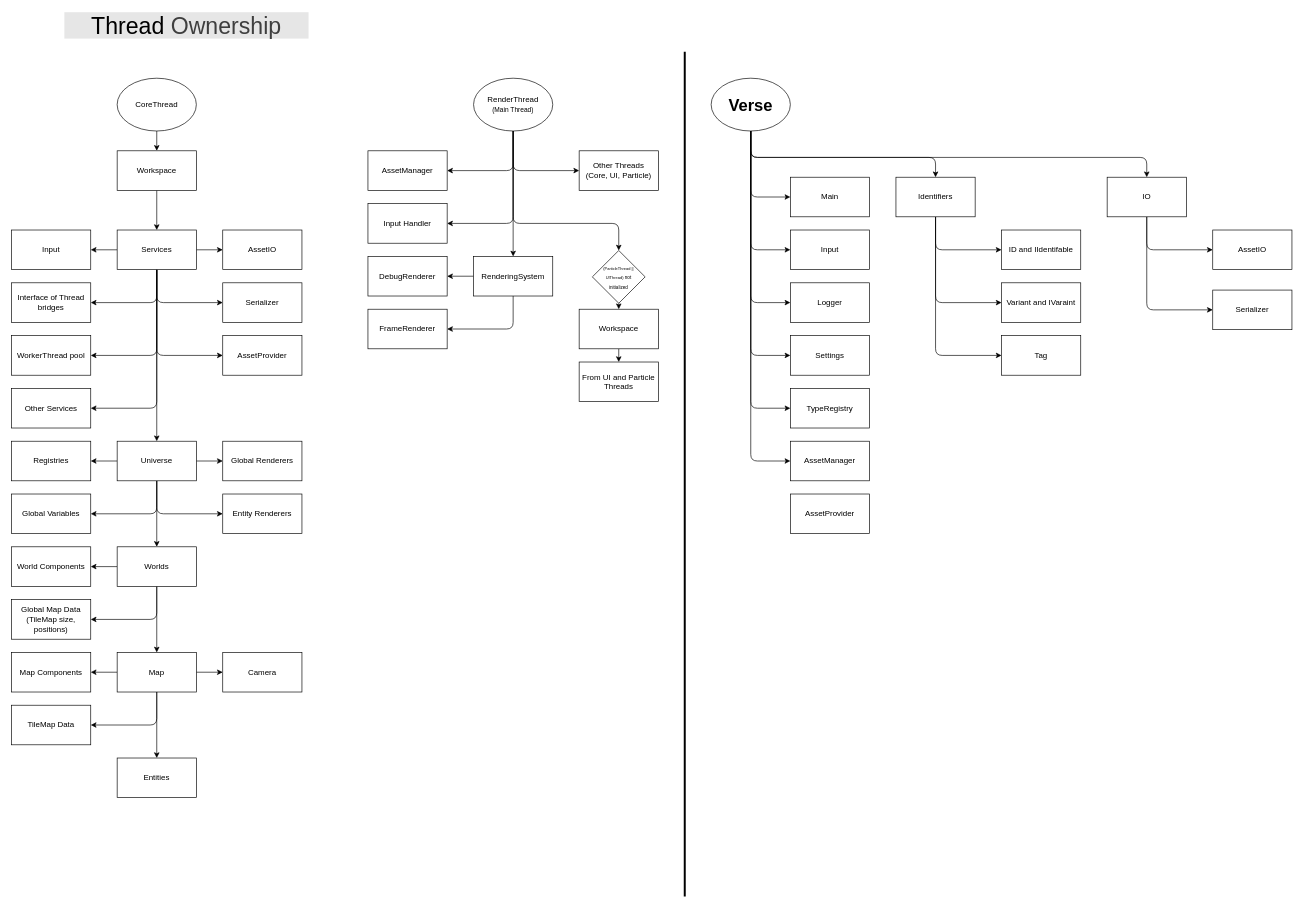
mardanPolis/Luminix keeps this draw.io diagram as docs/SystemDocs/EngineArchitecture.drawio. Above is the earlier version. Source tidied: cells renumbered, new cells numbered last; positions are measured from the earlier drawing's top-left corner, leaving out a move shared by most shapes. Both pictures are drawn from the tidied source at 66%, with x=0, y=0 at pixel (11, 12).
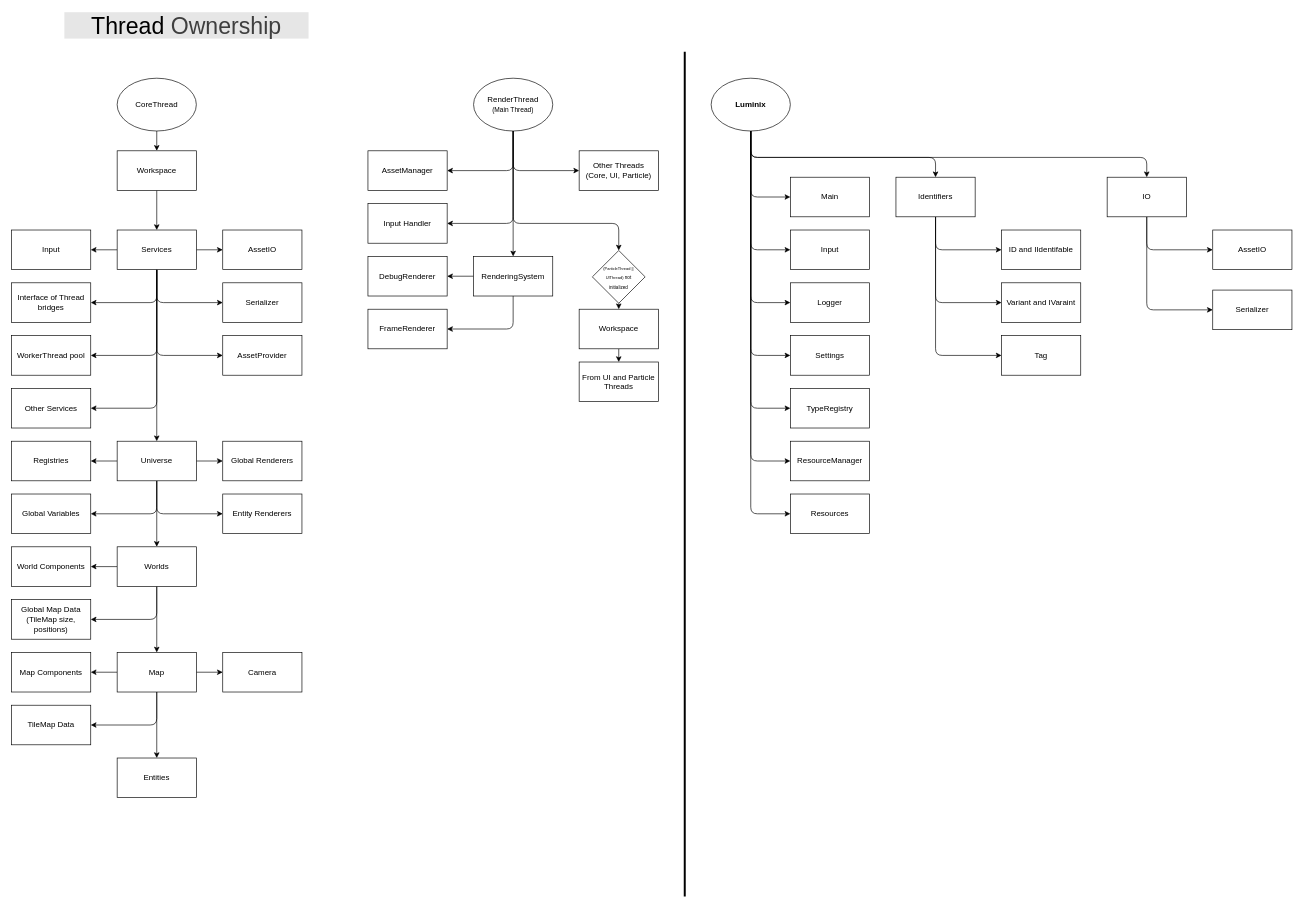
The same diagram, later.

Commit message (it also covers changes not shown here):
Add InitializationArchitecture diagram to documentation

Diff of the diagram source:
```diff
@@
+    <mxCell id="96" style="edgeStyle=none;html=1;entryX=0;entryY=0.5;entryDx=0;entryDy=0;" parent="1" edge="1" source="75" target="95">
+      <mxGeometry relative="1" as="geometry">
+        <Array as="points">
+          <mxPoint x="1120" y="760" />
+        </Array>
+      </mxGeometry>
+    </mxCell>
-    <mxCell id="75" value="&lt;font style=&quot;font-size: 25px;&quot;&gt;&lt;b style=&quot;&quot;&gt;Verse&lt;/b&gt;&lt;/font&gt;" style="ellipse;whiteSpace=wrap;html=1;" parent="1" vertex="1">
+    <mxCell id="75" value="&lt;font&gt;&lt;b style=&quot;&quot;&gt;Luminix&lt;/b&gt;&lt;/font&gt;" style="ellipse;whiteSpace=wrap;html=1;" parent="1" vertex="1">
       <mxGeometry x="1060" y="100" width="120" height="80" as="geometry" />
     </mxCell>
@@
-    <mxCell id="93" value="AssetManager" style="rounded=0;whiteSpace=wrap;html=1;" parent="1" vertex="1">
+    <mxCell id="93" value="ResourceManager" style="rounded=0;whiteSpace=wrap;html=1;" parent="1" vertex="1">
       <mxGeometry x="1180" y="650" width="120" height="60" as="geometry" />
     </mxCell>
@@
-    <mxCell id="95" value="AssetProvider" style="rounded=0;whiteSpace=wrap;html=1;" parent="1" vertex="1">
+    <mxCell id="95" value="Resources" style="rounded=0;whiteSpace=wrap;html=1;" parent="1" vertex="1">
       <mxGeometry x="1180" y="730" width="120" height="60" as="geometry" />
     </mxCell>
```
